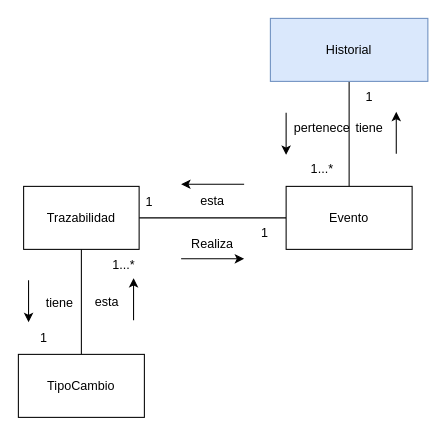
Above: page "AnemicModelTraceability" (8 of 13) of CoTasker_BoundedContext.drawio in Migue1409-KP/DOO-working-group (draw.io), before the change. Source tidied: cells renumbered, new cells numbered last; positions are measured from the earlier drawing's top-left corner, leaving out a move shared by most shapes. Both pictures are drawn from the tidied source at 105%, with x=0, y=0 at pixel (18, 18).
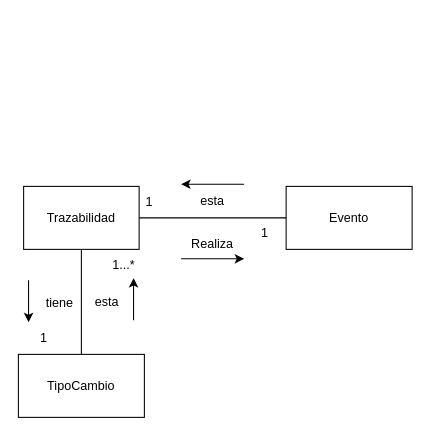
After the change.

Unchanged cells that the change refers to:
```xml
<mxCell id="6" value="Evento" style="rounded=0;whiteSpace=wrap;html=1;" parent="1" vertex="1">
  <mxGeometry x="255" y="160" width="120" height="60" as="geometry" />
</mxCell>
```

Diff of the diagram source:
```diff
@@
-    <mxCell id="5" style="edgeStyle=orthogonalEdgeStyle;rounded=0;jettySize=auto;html=1;entryX=0.5;entryY=1;entryDx=0;entryDy=0;endArrow=none;endFill=0;" parent="1" edge="1" source="6" target="20">
-      <mxGeometry relative="1" as="geometry" />
-    </mxCell>
@@
-    <mxCell id="20" value="Historial" style="rounded=0;whiteSpace=wrap;html=1;fillColor=#dae8fc;strokeColor=#6c8ebf;" parent="1" vertex="1">
-      <mxGeometry x="240" width="150" height="60" as="geometry" />
-    </mxCell>
-    <mxCell id="21" value="tiene&lt;br&gt;" style="text;html=1;align=center;verticalAlign=middle;strokeColor=none;fillColor=none;" parent="1" vertex="1">
-      <mxGeometry x="308.9" y="90" width="50" height="30" as="geometry" />
-    </mxCell>
-    <mxCell id="22" value="pertenece" style="text;html=1;align=center;verticalAlign=middle;strokeColor=none;fillColor=none;" parent="1" vertex="1">
-      <mxGeometry x="248.9" y="90" width="80" height="30" as="geometry" />
-    </mxCell>
-    <mxCell id="23" style="endArrow=classic;html=1;rounded=0;" parent="1" edge="1">
-      <mxGeometry relative="1" as="geometry">
-        <mxPoint x="359.9" y="129" as="sourcePoint" />
-        <mxPoint x="359.9" y="89" as="targetPoint" />
-      </mxGeometry>
-    </mxCell>
-    <mxCell id="24" style="endArrow=classic;html=1;rounded=0;" parent="1" edge="1">
-      <mxGeometry relative="1" as="geometry">
-        <mxPoint x="255" y="90" as="sourcePoint" />
-        <mxPoint x="255" y="130" as="targetPoint" />
-      </mxGeometry>
-    </mxCell>
-    <mxCell id="25" value="1" style="text;html=1;align=center;verticalAlign=middle;strokeColor=none;fillColor=none;" parent="1" vertex="1">
-      <mxGeometry x="318.9" y="60" width="30" height="30" as="geometry" />
-    </mxCell>
-    <mxCell id="26" value="1...*" style="text;html=1;align=center;verticalAlign=middle;strokeColor=none;fillColor=none;" parent="1" vertex="1">
-      <mxGeometry x="268.9" y="129" width="40" height="30" as="geometry" />
-    </mxCell>
```
